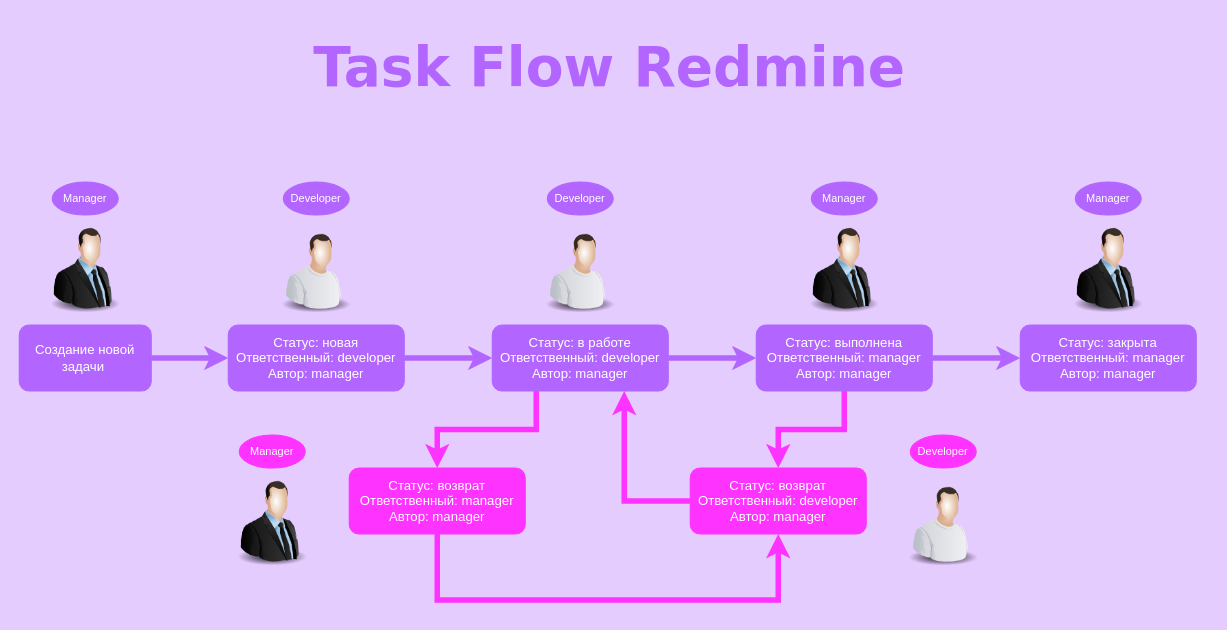
gddno/Redmine keeps this draw.io diagram as TaskFlow.drawio. Above is the earlier version. Source tidied: cells renumbered, new cells numbered last; positions are measured from the earlier drawing's top-left corner, leaving out a move shared by most shapes. Both pictures are drawn from the tidied source at 110%, with x=0, y=0 at pixel (19, 33).
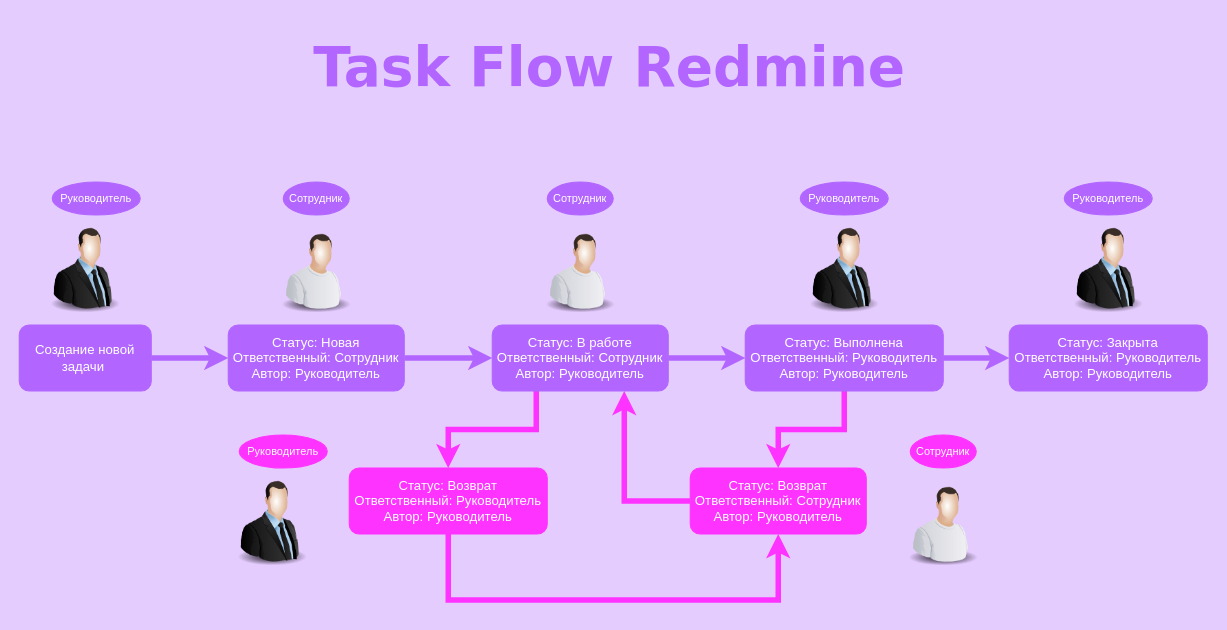
The same page after the edit.

Diff of the diagram source:
```diff
@@
-    <mxCell id="6" value="&lt;font color=&quot;#ffffff&quot;&gt;Manager&lt;/font&gt;" style="ellipse;whiteSpace=wrap;html=1;shadow=0;fontSize=10;fontColor=#00FF80;strokeColor=#B266FF;fillColor=#B266FF;" parent="1" vertex="1">
-      <mxGeometry x="30" y="135" width="60" height="30" as="geometry" />
+    <mxCell id="6" value="&lt;font color=&quot;#ffffff&quot;&gt;Руководитель&lt;/font&gt;" style="ellipse;whiteSpace=wrap;html=1;shadow=0;fontSize=10;fontColor=#00FF80;strokeColor=#B266FF;fillColor=#B266FF;" parent="1" vertex="1">
+      <mxGeometry x="30" y="135" width="80" height="30" as="geometry" />
     </mxCell>
@@
-    <mxCell id="8" value="&lt;font color=&quot;#ffffff&quot;&gt;Статус: новая&lt;br&gt;Ответственный: developer&lt;br&gt;Автор: manager&lt;br&gt;&lt;/font&gt;" style="rounded=1;whiteSpace=wrap;html=1;shadow=0;fillColor=#B266FF;strokeColor=#B266FF;rotation=0;flipV=0;flipH=1;" parent="1" vertex="1">
+    <mxCell id="8" value="&lt;font color=&quot;#ffffff&quot;&gt;Статус: Новая&lt;br&gt;Ответственный: Сотрудник&lt;br&gt;Автор: Руководитель&lt;br&gt;&lt;/font&gt;" style="rounded=1;whiteSpace=wrap;html=1;shadow=0;fillColor=#B266FF;strokeColor=#B266FF;rotation=0;flipV=0;flipH=1;" parent="1" vertex="1">
       <mxGeometry x="190" y="265" width="160" height="60" as="geometry" />
     </mxCell>
-    <mxCell id="9" value="&lt;font color=&quot;#ffffff&quot;&gt;Developer&lt;/font&gt;" style="ellipse;whiteSpace=wrap;html=1;shadow=0;fontSize=10;fontColor=#00FF80;strokeColor=#B266FF;fillColor=#B266FF;" parent="1" vertex="1">
+    <mxCell id="9" value="&lt;font color=&quot;#ffffff&quot;&gt;Сотрудник&lt;/font&gt;" style="ellipse;whiteSpace=wrap;html=1;shadow=0;fontSize=10;fontColor=#00FF80;strokeColor=#B266FF;fillColor=#B266FF;" parent="1" vertex="1">
       <mxGeometry x="240" y="135" width="60" height="30" as="geometry" />
     </mxCell>
@@
-    <mxCell id="13" value="&lt;font color=&quot;#ffffff&quot;&gt;Статус: в работе&lt;br&gt;Ответственный: developer&lt;br&gt;Автор: manager&lt;br&gt;&lt;/font&gt;" style="rounded=1;whiteSpace=wrap;html=1;shadow=0;fillColor=#B266FF;strokeColor=#B266FF;rotation=0;flipV=0;flipH=1;" parent="1" vertex="1">
+    <mxCell id="13" value="&lt;font color=&quot;#ffffff&quot;&gt;Статус: В работе&lt;br&gt;Ответственный: Сотрудник&lt;br&gt;Автор: Руководитель&lt;br&gt;&lt;/font&gt;" style="rounded=1;whiteSpace=wrap;html=1;shadow=0;fillColor=#B266FF;strokeColor=#B266FF;rotation=0;flipV=0;flipH=1;" parent="1" vertex="1">
       <mxGeometry x="430" y="265" width="160" height="60" as="geometry" />
     </mxCell>
@@
-    <mxCell id="16" value="&lt;font color=&quot;#ffffff&quot;&gt;Статус: выполнена&lt;br&gt;Ответственный: manager&lt;br&gt;Автор: manager&lt;br&gt;&lt;/font&gt;" style="rounded=1;whiteSpace=wrap;html=1;shadow=0;fillColor=#B266FF;strokeColor=#B266FF;rotation=0;flipV=0;flipH=1;" parent="1" vertex="1">
-      <mxGeometry x="670" y="265" width="160" height="60" as="geometry" />
+    <mxCell id="16" value="&lt;font color=&quot;#ffffff&quot;&gt;Статус: Выполнена&lt;br&gt;Ответственный: Руководитель&lt;br&gt;Автор: Руководитель&lt;br&gt;&lt;/font&gt;" style="rounded=1;whiteSpace=wrap;html=1;shadow=0;fillColor=#B266FF;strokeColor=#B266FF;rotation=0;flipV=0;flipH=1;" parent="1" vertex="1">
+      <mxGeometry x="660" y="265" width="180" height="60" as="geometry" />
     </mxCell>
-    <mxCell id="17" value="&lt;font color=&quot;#ffffff&quot;&gt;Статус: закрыта&lt;br&gt;Ответственный: manager&lt;br&gt;Автор: manager&lt;br&gt;&lt;/font&gt;" style="rounded=1;whiteSpace=wrap;html=1;shadow=0;fillColor=#B266FF;strokeColor=#B266FF;rotation=0;flipV=0;flipH=1;" parent="1" vertex="1">
-      <mxGeometry x="910" y="265" width="160" height="60" as="geometry" />
+    <mxCell id="17" value="&lt;font color=&quot;#ffffff&quot;&gt;Статус: Закрыта&lt;br&gt;Ответственный: Руководитель&lt;br&gt;Автор: Руководитель&lt;br&gt;&lt;/font&gt;" style="rounded=1;whiteSpace=wrap;html=1;shadow=0;fillColor=#B266FF;strokeColor=#B266FF;rotation=0;flipV=0;flipH=1;" parent="1" vertex="1">
+      <mxGeometry x="900" y="265" width="180" height="60" as="geometry" />
     </mxCell>
@@
-    <mxCell id="19" value="&lt;font color=&quot;#ffffff&quot;&gt;Developer&lt;/font&gt;" style="ellipse;whiteSpace=wrap;html=1;shadow=0;fontSize=10;fontColor=#00FF80;strokeColor=#B266FF;fillColor=#B266FF;" parent="1" vertex="1">
-      <mxGeometry x="480" y="135" width="60" height="30" as="geometry" />
-    </mxCell>
-    <mxCell id="20" style="edgeStyle=orthogonalEdgeStyle;rounded=0;orthogonalLoop=1;jettySize=auto;html=1;exitX=0.5;exitY=1;exitDx=0;exitDy=0;fontSize=10;fontColor=#FFFFFF;" parent="1" edge="1" source="19" target="19">
-      <mxGeometry relative="1" as="geometry" />
+    <mxCell id="20" style="edgeStyle=orthogonalEdgeStyle;rounded=0;orthogonalLoop=1;jettySize=auto;html=1;exitX=0.5;exitY=1;exitDx=0;exitDy=0;fontSize=10;fontColor=#FFFFFF;" parent="1" edge="1">
+      <mxGeometry relative="1" as="geometry">
+        <mxPoint x="510" y="165" as="sourcePoint" />
+        <mxPoint x="510" y="165" as="targetPoint" />
+      </mxGeometry>
     </mxCell>
@@
-    <mxCell id="22" value="&lt;font color=&quot;#ffffff&quot;&gt;Manager&lt;/font&gt;" style="ellipse;whiteSpace=wrap;html=1;shadow=0;fontSize=10;fontColor=#00FF80;strokeColor=#B266FF;fillColor=#B266FF;" parent="1" vertex="1">
-      <mxGeometry x="720" y="135" width="60" height="30" as="geometry" />
-    </mxCell>
@@
-    <mxCell id="24" value="&lt;font color=&quot;#ffffff&quot;&gt;Manager&lt;/font&gt;" style="ellipse;whiteSpace=wrap;html=1;shadow=0;fontSize=10;fontColor=#00FF80;strokeColor=#B266FF;fillColor=#B266FF;" parent="1" vertex="1">
-      <mxGeometry x="960" y="135" width="60" height="30" as="geometry" />
-    </mxCell>
@@
-    <mxCell id="26" value="&lt;font color=&quot;#ffffff&quot;&gt;Статус: возврат&lt;br&gt;Ответственный: developer&lt;br&gt;Автор: manager&lt;br&gt;&lt;/font&gt;" style="rounded=1;whiteSpace=wrap;html=1;shadow=0;fillColor=#FF33FF;strokeColor=#FF33FF;rotation=0;flipV=0;flipH=1;" parent="1" vertex="1">
+    <mxCell id="26" value="&lt;font color=&quot;#ffffff&quot;&gt;Статус: Возврат&lt;br&gt;Ответственный: Сотрудник&lt;br&gt;Автор: Руководитель&lt;br&gt;&lt;/font&gt;" style="rounded=1;whiteSpace=wrap;html=1;shadow=0;fillColor=#FF33FF;strokeColor=#FF33FF;rotation=0;flipV=0;flipH=1;" parent="1" vertex="1">
       <mxGeometry x="610" y="395" width="160" height="60" as="geometry" />
     </mxCell>
@@
-    <mxCell id="28" value="&lt;font color=&quot;#ffffff&quot;&gt;Developer&lt;/font&gt;" style="ellipse;whiteSpace=wrap;html=1;shadow=0;fontSize=10;fontColor=#00FF80;strokeColor=#FF33FF;fillColor=#FF33FF;" parent="1" vertex="1">
+    <mxCell id="28" value="&lt;font color=&quot;#ffffff&quot;&gt;Сотрудник&lt;/font&gt;" style="ellipse;whiteSpace=wrap;html=1;shadow=0;fontSize=10;fontColor=#00FF80;strokeColor=#FF33FF;fillColor=#FF33FF;" parent="1" vertex="1">
       <mxGeometry x="810" y="365" width="60" height="30" as="geometry" />
     </mxCell>
@@
     <mxCell id="30" style="edgeStyle=orthogonalEdgeStyle;rounded=0;jettySize=auto;html=1;exitX=0.5;exitY=1;exitDx=0;exitDy=0;entryX=0.5;entryY=1;entryDx=0;entryDy=0;fontSize=10;fontColor=#FFFFFF;strokeColor=#FF33FF;strokeWidth=5;" parent="1" edge="1" source="31" target="26">
       <mxGeometry relative="1" as="geometry">
         <Array as="points">
-          <mxPoint x="380" y="515" />
+          <mxPoint x="390" y="515" />
           <mxPoint x="690" y="515" />
         </Array>
       </mxGeometry>
     </mxCell>
-    <mxCell id="31" value="&lt;font color=&quot;#ffffff&quot;&gt;Статус: возврат&lt;br&gt;Ответственный: manager&lt;br&gt;Автор: manager&lt;br&gt;&lt;/font&gt;" style="rounded=1;whiteSpace=wrap;html=1;shadow=0;fillColor=#FF33FF;strokeColor=#FF33FF;rotation=0;flipV=0;flipH=1;" parent="1" vertex="1">
-      <mxGeometry x="300" y="395" width="160" height="60" as="geometry" />
+    <mxCell id="31" value="&lt;font color=&quot;#ffffff&quot;&gt;Статус: Возврат&lt;br&gt;Ответственный: Руководитель&lt;br&gt;Автор: Руководитель&lt;br&gt;&lt;/font&gt;" style="rounded=1;whiteSpace=wrap;html=1;shadow=0;fillColor=#FF33FF;strokeColor=#FF33FF;rotation=0;flipV=0;flipH=1;" parent="1" vertex="1">
+      <mxGeometry x="300" y="395" width="180" height="60" as="geometry" />
     </mxCell>
@@
-    <mxCell id="33" value="&lt;font color=&quot;#ffffff&quot;&gt;Manager&lt;/font&gt;" style="ellipse;whiteSpace=wrap;html=1;shadow=0;fontSize=10;fontColor=#00FF80;strokeColor=#FF33FF;fillColor=#FF33FF;" parent="1" vertex="1">
-      <mxGeometry x="200" y="365" width="60" height="30" as="geometry" />
+    <mxCell id="33" value="&lt;font color=&quot;#ffffff&quot;&gt;Руководитель&lt;/font&gt;" style="ellipse;whiteSpace=wrap;html=1;shadow=0;fontSize=10;fontColor=#00FF80;strokeColor=#FF33FF;fillColor=#FF33FF;" parent="1" vertex="1">
+      <mxGeometry x="200" y="365" width="80" height="30" as="geometry" />
     </mxCell>
@@
+    <mxCell id="35" value="&lt;font color=&quot;#ffffff&quot;&gt;Руководитель&lt;/font&gt;" style="ellipse;whiteSpace=wrap;html=1;shadow=0;fontSize=10;fontColor=#00FF80;strokeColor=#B266FF;fillColor=#B266FF;" parent="1" vertex="1">
+      <mxGeometry x="710" y="135" width="80" height="30" as="geometry" />
+    </mxCell>
+    <mxCell id="36" value="&lt;font color=&quot;#ffffff&quot;&gt;Сотрудник&lt;/font&gt;" style="ellipse;whiteSpace=wrap;html=1;shadow=0;fontSize=10;fontColor=#00FF80;strokeColor=#B266FF;fillColor=#B266FF;" parent="1" vertex="1">
+      <mxGeometry x="480" y="135" width="60" height="30" as="geometry" />
+    </mxCell>
+    <mxCell id="37" value="&lt;font color=&quot;#ffffff&quot;&gt;Руководитель&lt;/font&gt;" style="ellipse;whiteSpace=wrap;html=1;shadow=0;fontSize=10;fontColor=#00FF80;strokeColor=#B266FF;fillColor=#B266FF;" parent="1" vertex="1">
+      <mxGeometry x="950" y="135" width="80" height="30" as="geometry" />
+    </mxCell>
```
